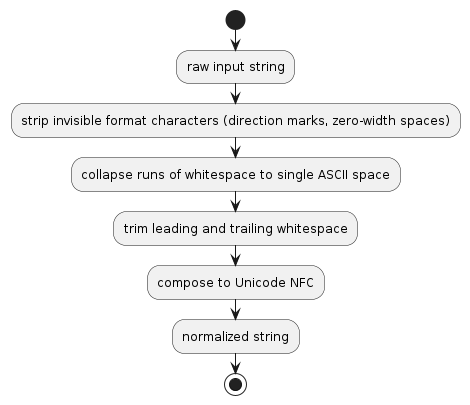
This is diagrams/NormalizeFieldValue.png from AY2627S1-CS2103T-T16-1/tp, a PlantUML export, as it was before one commit. Its source is kept beside it as diagrams/NormalizeFieldValue.puml. The source it was exported from:
```plantuml
@startuml
!include style.puml

start

:raw input string;
:strip invisible format characters (direction marks, zero-width spaces);
:collapse runs of whitespace to single ASCII space;
:trim leading and trailing whitespace;
:compose to Unicode NFC;
:normalized string;

stop
@enduml
```
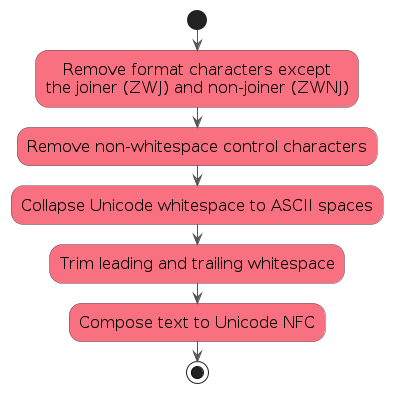
Later version of the same file.

Change to the diagram source:
```diff
@@ -1,14 +1,17 @@
 @startuml
 !include style.puml
+skinparam defaultFontSize 16
+skinparam ArrowFontStyle plain
+skinparam activityBackgroundColor MODEL_COLOR_T1
+skinparam activityBorderColor #555555
+skinparam arrowColor #555555
 
 start
-
-:raw input string;
-:strip invisible format characters (direction marks, zero-width spaces);
-:collapse runs of whitespace to single ASCII space;
-:trim leading and trailing whitespace;
-:compose to Unicode NFC;
-:normalized string;
-
+:Remove format characters except
+the joiner (ZWJ) and non-joiner (ZWNJ);
+:Remove non-whitespace control characters;
+:Collapse Unicode whitespace to ASCII spaces;
+:Trim leading and trailing whitespace;
+:Compose text to Unicode NFC;
 stop
 @enduml
```
